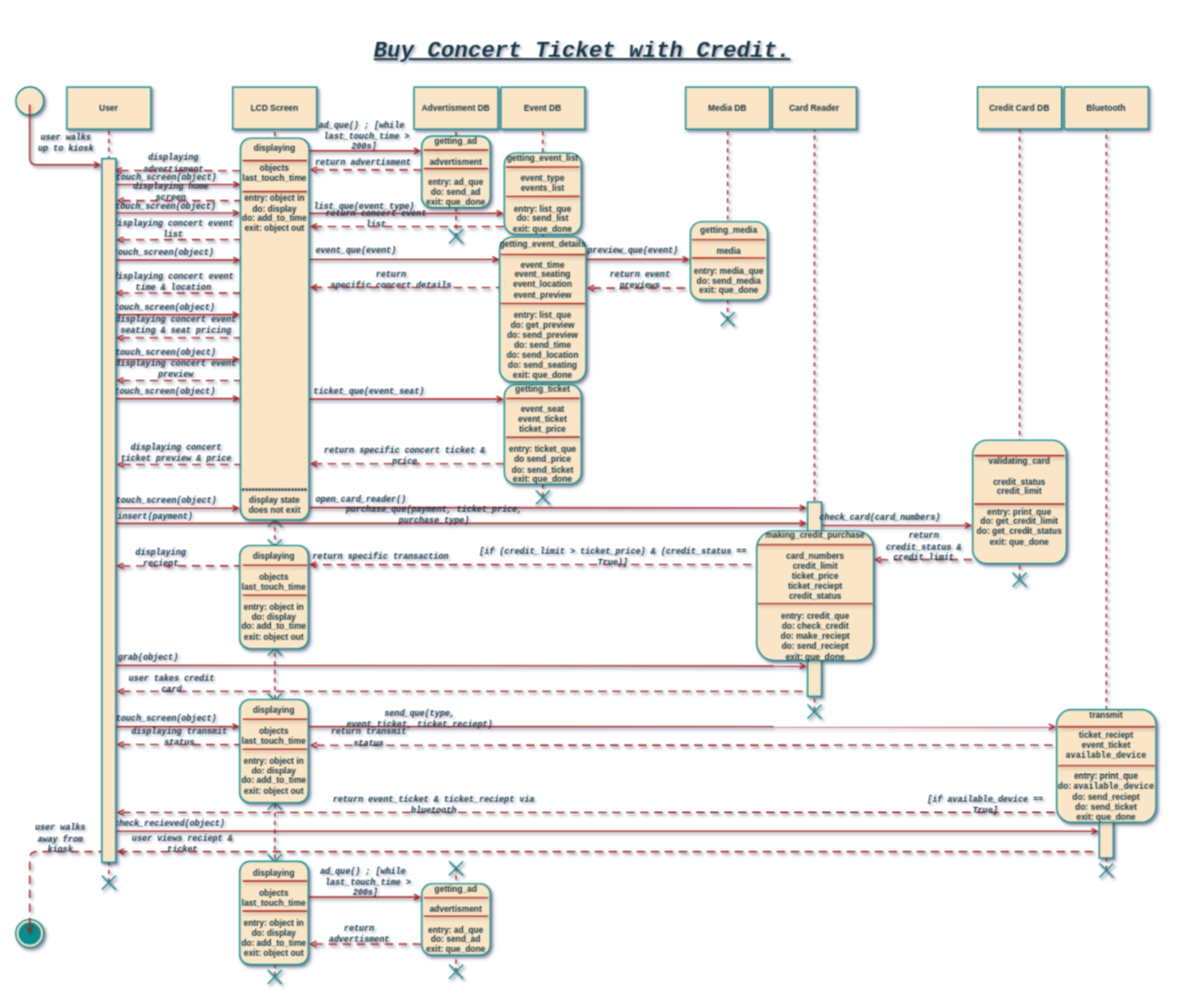
Above: page "ssd2" (2 of 5) of CSC382-Software_Engineering/HW/HW5/5.drawio in casonk/university-coursework (draw.io), before the change. Source tidied: cells renumbered, new cells numbered last; positions are measured from the earlier drawing's top-left corner, leaving out a move shared by most shapes. Both pictures are drawn from the tidied source at 70%, with x=0, y=0 at pixel (-244, 14).
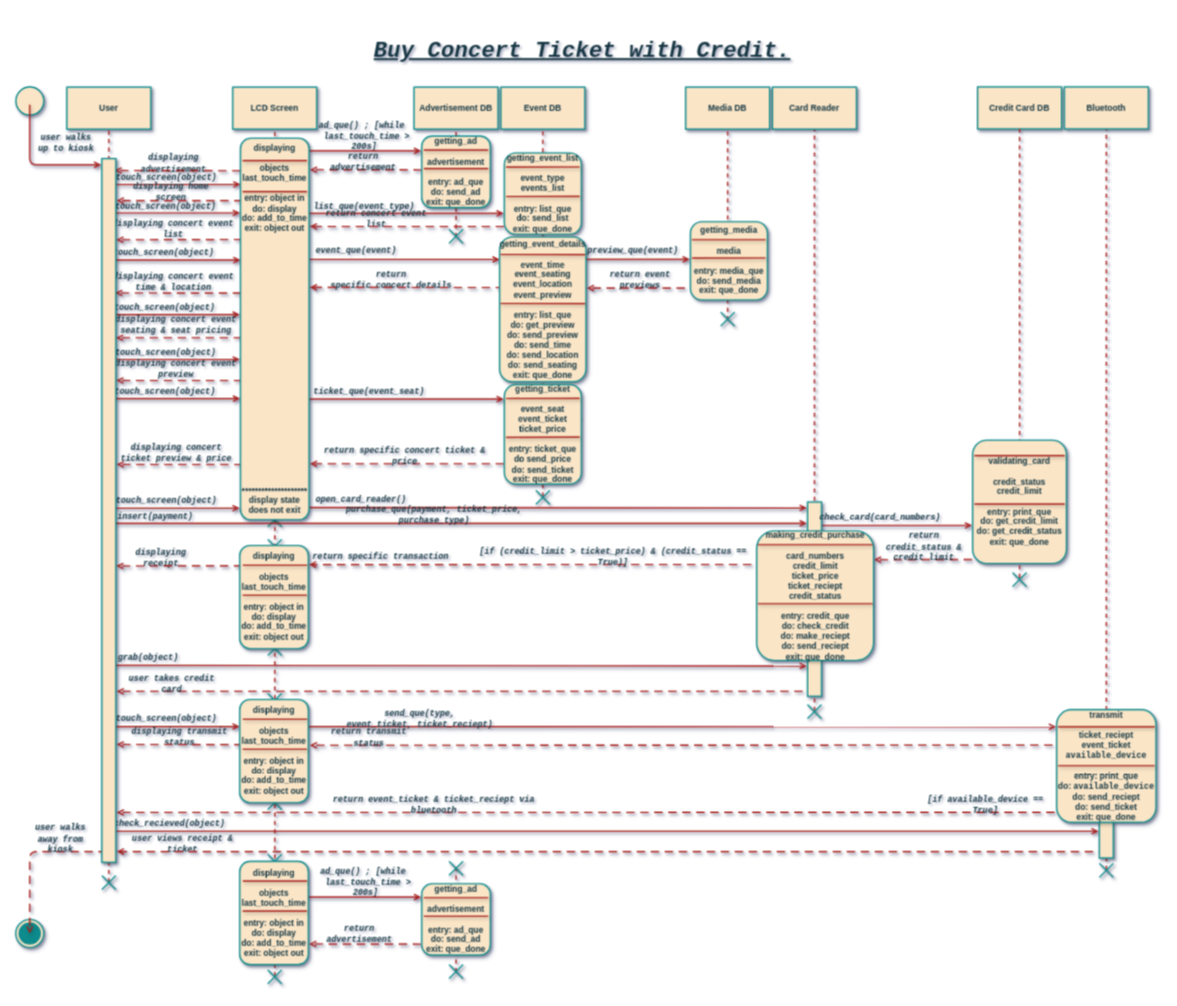
The same page after the edit.

The edit, as a diff of the source:
```diff
@@
-    <mxCell id="23" value="Advertisment DB" style="whiteSpace=wrap;html=1;fillColor=#FAE5C7;strokeColor=#0F8B8D;fontColor=#143642;shadow=1;fontStyle=1;strokeWidth=2;" parent="1" vertex="1">
+    <mxCell id="23" value="Advertisement DB" style="whiteSpace=wrap;html=1;fillColor=#FAE5C7;strokeColor=#0F8B8D;fontColor=#143642;shadow=1;fontStyle=1;strokeWidth=2;" parent="1" vertex="1">
       <mxGeometry x="939" y="104" width="120" height="60" as="geometry" />
     </mxCell>
@@
-    <mxCell id="37" value="&lt;span&gt;getting_ad&lt;br&gt;&lt;br&gt;advertisment&lt;br&gt;&lt;br&gt;entry: ad_que&lt;br&gt;do: send_ad&lt;br&gt;exit: que_done&lt;br&gt;&lt;/span&gt;" style="rounded=1;whiteSpace=wrap;html=1;shadow=1;sketch=0;fontColor=#143642;strokeColor=#0F8B8D;fillColor=#FAE5C7;rotation=0;fontStyle=1;strokeWidth=2;" parent="1" vertex="1">
+    <mxCell id="37" value="&lt;span&gt;getting_ad&lt;br&gt;&lt;br&gt;advertisement&lt;br&gt;&lt;br&gt;entry: ad_que&lt;br&gt;do: send_ad&lt;br&gt;exit: que_done&lt;br&gt;&lt;/span&gt;" style="rounded=1;whiteSpace=wrap;html=1;shadow=1;sketch=0;fontColor=#143642;strokeColor=#0F8B8D;fillColor=#FAE5C7;rotation=0;fontStyle=1;strokeWidth=2;" parent="1" vertex="1">
       <mxGeometry x="950" y="174" width="98" height="102" as="geometry" />
     </mxCell>
@@
-    <mxCell id="41" value="&lt;table class=&quot;MsoTableGrid&quot; border=&quot;0&quot; cellspacing=&quot;0&quot; cellpadding=&quot;0&quot; style=&quot;border-collapse: collapse ; border: none&quot;&gt; &lt;tbody&gt;&lt;tr style=&quot;height: 7.15pt&quot;&gt;  &lt;td width=&quot;486&quot; valign=&quot;top&quot; style=&quot;width: 364.8pt ; padding: 0in 5.4pt 0in 5.4pt ; height: 7.15pt&quot;&gt;&lt;p class=&quot;Default&quot;&gt;&lt;font face=&quot;consolas&quot;&gt;&lt;i&gt;displaying advertisment&lt;/i&gt;&lt;/font&gt;&lt;/p&gt;  &lt;/td&gt; &lt;/tr&gt;&lt;/tbody&gt;&lt;/table&gt;" style="text;html=1;strokeColor=none;fillColor=none;align=center;verticalAlign=middle;whiteSpace=wrap;rounded=0;sketch=0;fontColor=#143642;shadow=1;fontStyle=1;strokeWidth=2;" parent="1" vertex="1">
+    <mxCell id="41" value="&lt;table class=&quot;MsoTableGrid&quot; border=&quot;0&quot; cellspacing=&quot;0&quot; cellpadding=&quot;0&quot; style=&quot;border-collapse: collapse ; border: none&quot;&gt; &lt;tbody&gt;&lt;tr style=&quot;height: 7.15pt&quot;&gt;  &lt;td width=&quot;486&quot; valign=&quot;top&quot; style=&quot;width: 364.8pt ; padding: 0in 5.4pt 0in 5.4pt ; height: 7.15pt&quot;&gt;&lt;p class=&quot;Default&quot;&gt;&lt;font face=&quot;consolas&quot;&gt;&lt;i&gt;displaying advertisement&lt;/i&gt;&lt;/font&gt;&lt;/p&gt;  &lt;/td&gt; &lt;/tr&gt;&lt;/tbody&gt;&lt;/table&gt;" style="text;html=1;strokeColor=none;fillColor=none;align=center;verticalAlign=middle;whiteSpace=wrap;rounded=0;sketch=0;fontColor=#143642;shadow=1;fontStyle=1;strokeWidth=2;" parent="1" vertex="1">
       <mxGeometry x="511" y="203" width="169" height="20" as="geometry" />
     </mxCell>
-    <mxCell id="42" value="&lt;table class=&quot;MsoTableGrid&quot; border=&quot;0&quot; cellspacing=&quot;0&quot; cellpadding=&quot;0&quot; style=&quot;border-collapse: collapse ; border: none&quot;&gt; &lt;tbody&gt;&lt;tr style=&quot;height: 7.15pt&quot;&gt;  &lt;td width=&quot;486&quot; valign=&quot;top&quot; style=&quot;width: 364.8pt ; padding: 0in 5.4pt 0in 5.4pt ; height: 7.15pt&quot;&gt;&lt;p class=&quot;Default&quot;&gt;&lt;i style=&quot;font-family: &amp;quot;consolas&amp;quot;&quot;&gt;return advertisment&lt;/i&gt;&lt;br&gt;&lt;/p&gt;  &lt;/td&gt; &lt;/tr&gt;&lt;/tbody&gt;&lt;/table&gt;" style="text;html=1;strokeColor=none;fillColor=none;align=center;verticalAlign=middle;whiteSpace=wrap;rounded=0;sketch=0;fontColor=#143642;shadow=1;fontStyle=1;strokeWidth=2;" parent="1" vertex="1">
+    <mxCell id="42" value="&lt;table class=&quot;MsoTableGrid&quot; border=&quot;0&quot; cellspacing=&quot;0&quot; cellpadding=&quot;0&quot; style=&quot;border-collapse: collapse ; border: none&quot;&gt; &lt;tbody&gt;&lt;tr style=&quot;height: 7.15pt&quot;&gt;  &lt;td width=&quot;486&quot; valign=&quot;top&quot; style=&quot;width: 364.8pt ; padding: 0in 5.4pt 0in 5.4pt ; height: 7.15pt&quot;&gt;&lt;p class=&quot;Default&quot;&gt;&lt;i style=&quot;font-family: &amp;quot;consolas&amp;quot;&quot;&gt;return advertisement&lt;/i&gt;&lt;br&gt;&lt;/p&gt;  &lt;/td&gt; &lt;/tr&gt;&lt;/tbody&gt;&lt;/table&gt;" style="text;html=1;strokeColor=none;fillColor=none;align=center;verticalAlign=middle;whiteSpace=wrap;rounded=0;sketch=0;fontColor=#143642;shadow=1;fontStyle=1;strokeWidth=2;" parent="1" vertex="1">
       <mxGeometry x="789" y="201" width="155" height="20" as="geometry" />
     </mxCell>
@@
-    <mxCell id="109" value="&lt;table class=&quot;MsoTableGrid&quot; border=&quot;0&quot; cellspacing=&quot;0&quot; cellpadding=&quot;0&quot; style=&quot;border-collapse: collapse ; border: none&quot;&gt; &lt;tbody&gt;&lt;tr style=&quot;height: 7.15pt&quot;&gt;  &lt;td width=&quot;486&quot; valign=&quot;top&quot; style=&quot;width: 364.8pt ; padding: 0in 5.4pt 0in 5.4pt ; height: 7.15pt&quot;&gt;&lt;p class=&quot;Default&quot;&gt;&lt;font face=&quot;consolas&quot;&gt;&lt;i&gt;displaying reciept&lt;/i&gt;&lt;/font&gt;&lt;/p&gt;  &lt;/td&gt; &lt;/tr&gt;&lt;/tbody&gt;&lt;/table&gt;" style="text;html=1;strokeColor=none;fillColor=none;align=center;verticalAlign=middle;whiteSpace=wrap;rounded=0;sketch=0;fontColor=#143642;shadow=1;fontStyle=1;strokeWidth=2;" parent="1" vertex="1">
+    <mxCell id="109" value="&lt;table class=&quot;MsoTableGrid&quot; border=&quot;0&quot; cellspacing=&quot;0&quot; cellpadding=&quot;0&quot; style=&quot;border-collapse: collapse ; border: none&quot;&gt; &lt;tbody&gt;&lt;tr style=&quot;height: 7.15pt&quot;&gt;  &lt;td width=&quot;486&quot; valign=&quot;top&quot; style=&quot;width: 364.8pt ; padding: 0in 5.4pt 0in 5.4pt ; height: 7.15pt&quot;&gt;&lt;p class=&quot;Default&quot;&gt;&lt;font face=&quot;consolas&quot;&gt;&lt;i&gt;displaying receipt&lt;/i&gt;&lt;/font&gt;&lt;/p&gt;  &lt;/td&gt; &lt;/tr&gt;&lt;/tbody&gt;&lt;/table&gt;" style="text;html=1;strokeColor=none;fillColor=none;align=center;verticalAlign=middle;whiteSpace=wrap;rounded=0;sketch=0;fontColor=#143642;shadow=1;fontStyle=1;strokeWidth=2;" parent="1" vertex="1">
       <mxGeometry x="509" y="765" width="137.2" height="21.9" as="geometry" />
     </mxCell>
@@
-    <mxCell id="129" value="&lt;table class=&quot;MsoTableGrid&quot; border=&quot;0&quot; cellspacing=&quot;0&quot; cellpadding=&quot;0&quot; style=&quot;border-collapse: collapse ; border: none&quot;&gt; &lt;tbody&gt;&lt;tr style=&quot;height: 7.15pt&quot;&gt;  &lt;td width=&quot;486&quot; valign=&quot;top&quot; style=&quot;width: 364.8pt ; padding: 0in 5.4pt 0in 5.4pt ; height: 7.15pt&quot;&gt;&lt;p class=&quot;Default&quot;&gt;&lt;font face=&quot;consolas&quot;&gt;&lt;i&gt;user views reciept &amp;amp; ticket&lt;/i&gt;&lt;/font&gt;&lt;/p&gt;  &lt;/td&gt; &lt;/tr&gt;&lt;/tbody&gt;&lt;/table&gt;" style="text;html=1;strokeColor=none;fillColor=none;align=center;verticalAlign=middle;whiteSpace=wrap;rounded=0;sketch=0;fontColor=#143642;shadow=1;fontStyle=1;strokeWidth=2;" parent="1" vertex="1">
+    <mxCell id="129" value="&lt;table class=&quot;MsoTableGrid&quot; border=&quot;0&quot; cellspacing=&quot;0&quot; cellpadding=&quot;0&quot; style=&quot;border-collapse: collapse ; border: none&quot;&gt; &lt;tbody&gt;&lt;tr style=&quot;height: 7.15pt&quot;&gt;  &lt;td width=&quot;486&quot; valign=&quot;top&quot; style=&quot;width: 364.8pt ; padding: 0in 5.4pt 0in 5.4pt ; height: 7.15pt&quot;&gt;&lt;p class=&quot;Default&quot;&gt;&lt;font face=&quot;consolas&quot;&gt;&lt;i&gt;user views receipt &amp;amp; ticket&lt;/i&gt;&lt;/font&gt;&lt;/p&gt;  &lt;/td&gt; &lt;/tr&gt;&lt;/tbody&gt;&lt;/table&gt;" style="text;html=1;strokeColor=none;fillColor=none;align=center;verticalAlign=middle;whiteSpace=wrap;rounded=0;sketch=0;fontColor=#143642;shadow=1;fontStyle=1;strokeWidth=2;" parent="1" vertex="1">
       <mxGeometry x="510.3" y="1175" width="196.8" height="20" as="geometry" />
     </mxCell>
@@
-    <mxCell id="136" value="&lt;span&gt;getting_ad&lt;br&gt;&lt;br&gt;advertisment&lt;br&gt;&lt;br&gt;entry: ad_que&lt;br&gt;do: send_ad&lt;br&gt;exit: que_done&lt;br&gt;&lt;/span&gt;" style="rounded=1;whiteSpace=wrap;html=1;shadow=1;sketch=0;fontColor=#143642;strokeColor=#0F8B8D;fillColor=#FAE5C7;rotation=0;fontStyle=1;strokeWidth=2;" parent="1" vertex="1">
+    <mxCell id="136" value="&lt;span&gt;getting_ad&lt;br&gt;&lt;br&gt;advertisement&lt;br&gt;&lt;br&gt;entry: ad_que&lt;br&gt;do: send_ad&lt;br&gt;exit: que_done&lt;br&gt;&lt;/span&gt;" style="rounded=1;whiteSpace=wrap;html=1;shadow=1;sketch=0;fontColor=#143642;strokeColor=#0F8B8D;fillColor=#FAE5C7;rotation=0;fontStyle=1;strokeWidth=2;" parent="1" vertex="1">
       <mxGeometry x="950" y="1242" width="98" height="102" as="geometry" />
     </mxCell>
@@
-    <mxCell id="144" value="&lt;table class=&quot;MsoTableGrid&quot; border=&quot;0&quot; cellspacing=&quot;0&quot; cellpadding=&quot;0&quot; style=&quot;border-collapse: collapse ; border: none&quot;&gt; &lt;tbody&gt;&lt;tr style=&quot;height: 7.15pt&quot;&gt;  &lt;td width=&quot;486&quot; valign=&quot;top&quot; style=&quot;width: 364.8pt ; padding: 0in 5.4pt 0in 5.4pt ; height: 7.15pt&quot;&gt;&lt;p class=&quot;Default&quot;&gt;&lt;i style=&quot;font-family: &amp;quot;consolas&amp;quot;&quot;&gt;return advertisment&lt;/i&gt;&lt;br&gt;&lt;/p&gt;  &lt;/td&gt; &lt;/tr&gt;&lt;/tbody&gt;&lt;/table&gt;" style="text;html=1;strokeColor=none;fillColor=none;align=center;verticalAlign=middle;whiteSpace=wrap;rounded=0;sketch=0;fontColor=#143642;shadow=1;fontStyle=1;strokeWidth=2;" parent="1" vertex="1">
+    <mxCell id="144" value="&lt;table class=&quot;MsoTableGrid&quot; border=&quot;0&quot; cellspacing=&quot;0&quot; cellpadding=&quot;0&quot; style=&quot;border-collapse: collapse ; border: none&quot;&gt; &lt;tbody&gt;&lt;tr style=&quot;height: 7.15pt&quot;&gt;  &lt;td width=&quot;486&quot; valign=&quot;top&quot; style=&quot;width: 364.8pt ; padding: 0in 5.4pt 0in 5.4pt ; height: 7.15pt&quot;&gt;&lt;p class=&quot;Default&quot;&gt;&lt;i style=&quot;font-family: &amp;quot;consolas&amp;quot;&quot;&gt;return advertisement&lt;/i&gt;&lt;br&gt;&lt;/p&gt;  &lt;/td&gt; &lt;/tr&gt;&lt;/tbody&gt;&lt;/table&gt;" style="text;html=1;strokeColor=none;fillColor=none;align=center;verticalAlign=middle;whiteSpace=wrap;rounded=0;sketch=0;fontColor=#143642;shadow=1;fontStyle=1;strokeWidth=2;" parent="1" vertex="1">
       <mxGeometry x="789.8" y="1302" width="142" height="24" as="geometry" />
     </mxCell>
```
